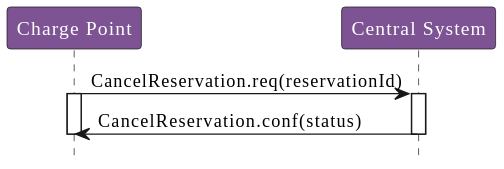
The PlantUML diagram OCPP_1.6/images/figure_22.svg in phoi5675/ocpp-markdown, before a commit.
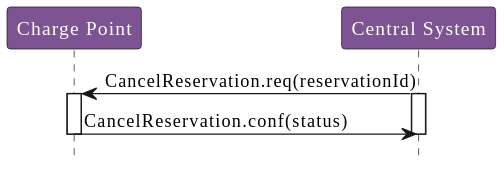
After the change.

Change to the diagram source:
```diff
@@ -4,12 +4,12 @@
 participant "Charge Point" as ChargePoint
 participant "Central System" as CentralSystem
 
-ChargePoint -> CentralSystem : CancelReservation.req(reservationId)
+CentralSystem -> ChargePoint : CancelReservation.req(reservationId)
 
 activate ChargePoint
 activate CentralSystem
 
-CentralSystem -> ChargePoint : CancelReservation.conf(status)
+ChargePoint -> CentralSystem : CancelReservation.conf(status)
 
 deactivate CentralSystem
 deactivate ChargePoint
```
